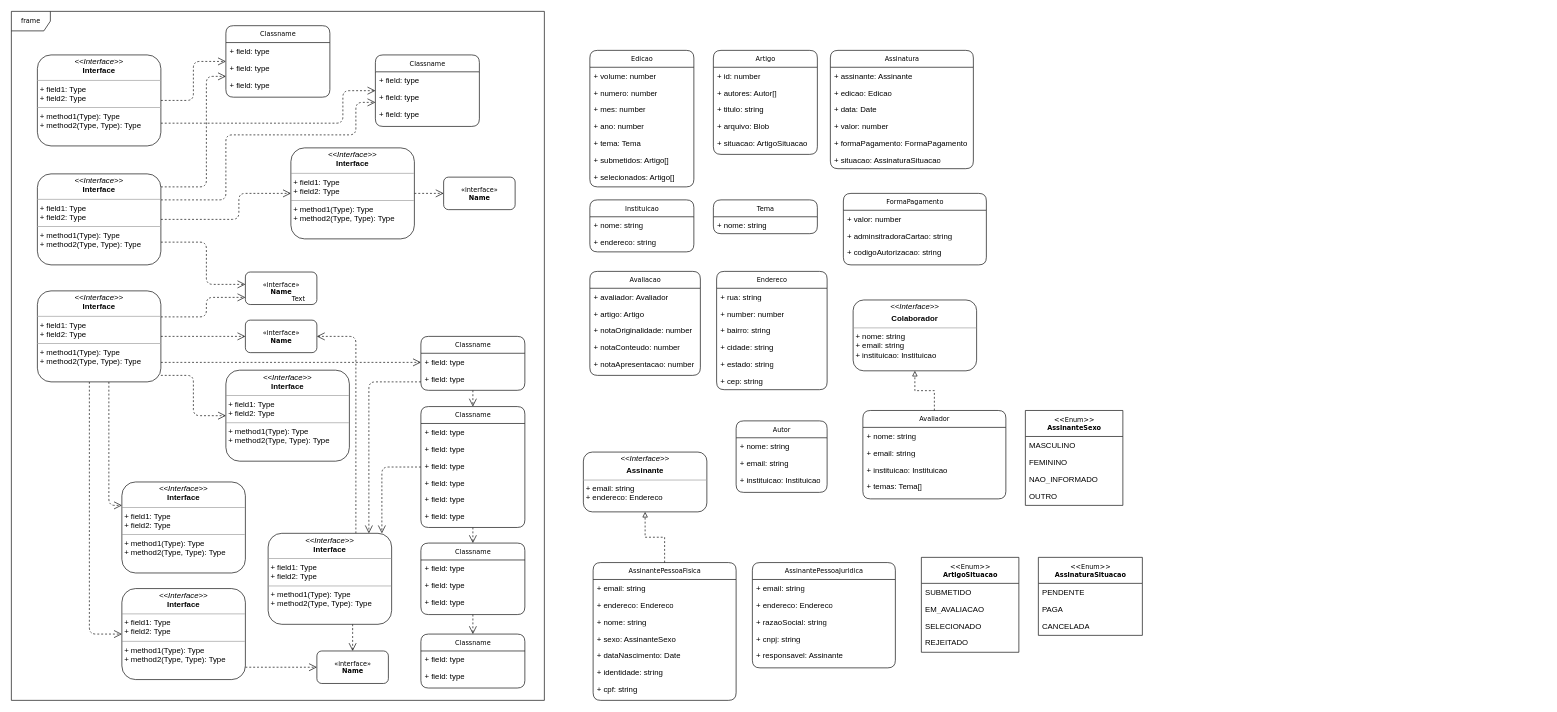
rtmonteiro/pi2 keeps this draw.io diagram as assets/diagram_classe.drawio. Above is the earlier version. Source tidied: cells renumbered, new cells numbered last; positions are measured from the earlier drawing's top-left corner, leaving out a move shared by most shapes. Both pictures are drawn from the tidied source at 65%, with x=0, y=0 at pixel (11, 11).
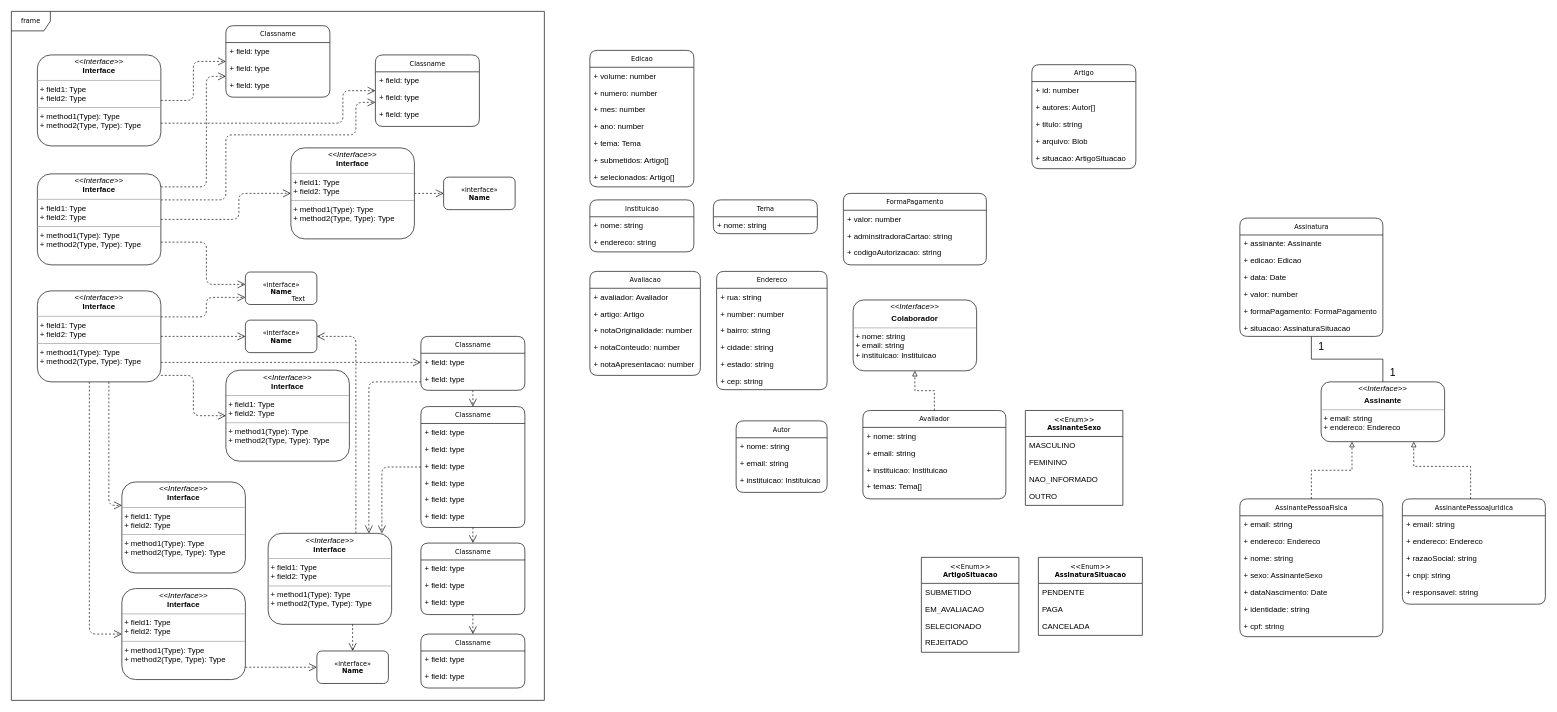
Above is the later version.

What changed in the source:
```diff
@@
     <mxCell id="70" value="Artigo" style="swimlane;html=1;fontStyle=0;horizontal=1;startSize=26;fillColor=none;swimlaneFillColor=#ffffff;rounded=1;shadow=0;comic=0;labelBackgroundColor=none;strokeWidth=1;fontFamily=Verdana;fontSize=10;align=center;" parent="1" vertex="1">
-      <mxGeometry x="1080" y="60" width="160" height="160" as="geometry" />
+      <mxGeometry x="1570" y="82" width="160" height="160" as="geometry" />
     </mxCell>
@@
+    <mxCell id="146" style="edgeStyle=orthogonalEdgeStyle;rounded=0;hachureGap=4;jettySize=auto;html=1;fontFamily=Architects Daughter;fontSize=16;endArrow=none;endFill=0;strokeColor=default;enumerate=0;comic=0;enumerateValue=111;startFill=0;" parent="1" edge="1" source="94" target="117">
+      <mxGeometry relative="1" as="geometry" />
+    </mxCell>
     <mxCell id="94" value="Assinatura" style="swimlane;html=1;fontStyle=0;horizontal=1;startSize=26;fillColor=none;swimlaneFillColor=#ffffff;rounded=1;shadow=0;comic=0;labelBackgroundColor=none;strokeWidth=1;fontFamily=Verdana;fontSize=10;align=center;" parent="1" vertex="1">
-      <mxGeometry x="1260" y="60" width="220" height="182" as="geometry" />
+      <mxGeometry x="1890" y="318" width="220" height="182" as="geometry" />
     </mxCell>
@@
-    <mxCell id="116" style="edgeStyle=orthogonalEdgeStyle;rounded=0;hachureGap=4;jettySize=auto;html=1;fontFamily=Architects Daughter;fontSize=16;dashed=1;endArrow=block;endFill=0;" parent="1" edge="1" source="118" target="117">
+    <mxCell id="116" style="edgeStyle=orthogonalEdgeStyle;rounded=0;hachureGap=4;jettySize=auto;html=1;fontFamily=Architects Daughter;fontSize=16;dashed=1;endArrow=block;endFill=0;entryX=0.25;entryY=1;entryDx=0;entryDy=0;" parent="1" edge="1" source="118" target="117">
       <mxGeometry relative="1" as="geometry" />
     </mxCell>
     <mxCell id="117" value="&lt;p style=&quot;margin:0px;margin-top:4px;text-align:center;&quot;&gt;&lt;i&gt;&amp;lt;&amp;lt;Interface&amp;gt;&amp;gt;&lt;/i&gt;&lt;/p&gt;&lt;p style=&quot;margin:0px;margin-top:4px;text-align:center;&quot;&gt;&lt;b&gt;Assinante&lt;/b&gt;&lt;br&gt;&lt;/p&gt;&lt;hr size=&quot;1&quot;&gt;&lt;p style=&quot;margin:0px;margin-left:4px;&quot;&gt;+ email: string&lt;/p&gt;&lt;p style=&quot;margin:0px;margin-left:4px;&quot;&gt;+ endereco: Endereco&lt;br&gt;&lt;/p&gt;" style="verticalAlign=top;align=left;overflow=fill;fontSize=12;fontFamily=Helvetica;html=1;rounded=1;shadow=0;comic=0;labelBackgroundColor=none;strokeWidth=1;hachureGap=4;" parent="1" vertex="1">
-      <mxGeometry x="880" y="678" width="190" height="92" as="geometry" />
+      <mxGeometry x="2015" y="570" width="190" height="92" as="geometry" />
     </mxCell>
     <mxCell id="118" value="AssinantePessoaFisica" style="swimlane;html=1;fontStyle=0;horizontal=1;startSize=26;fillColor=none;swimlaneFillColor=#ffffff;rounded=1;shadow=0;comic=0;labelBackgroundColor=none;strokeWidth=1;fontFamily=Verdana;fontSize=10;align=center;" parent="1" vertex="1">
-      <mxGeometry x="895" y="848" width="220" height="212" as="geometry" />
+      <mxGeometry x="1890" y="750" width="220" height="212" as="geometry" />
     </mxCell>
@@
     <mxCell id="126" value="AssinantePessoaJuridica" style="swimlane;html=1;fontStyle=0;horizontal=1;startSize=26;fillColor=none;swimlaneFillColor=#ffffff;rounded=1;shadow=0;comic=0;labelBackgroundColor=none;strokeWidth=1;fontFamily=Verdana;fontSize=10;align=center;" parent="1" vertex="1">
-      <mxGeometry x="1140" y="848" width="220" height="162" as="geometry" />
+      <mxGeometry x="2140" y="750" width="220" height="162" as="geometry" />
     </mxCell>
@@
-    <mxCell id="131" value="+ responsavel: Assinante" style="text;html=1;strokeColor=none;fillColor=none;align=left;verticalAlign=top;spacingLeft=4;spacingRight=4;whiteSpace=wrap;overflow=hidden;rounded=1;labelBackgroundColor=none;" parent="126" vertex="1">
+    <mxCell id="131" value="+ responsavel: string" style="text;html=1;strokeColor=none;fillColor=none;align=left;verticalAlign=top;spacingLeft=4;spacingRight=4;whiteSpace=wrap;overflow=hidden;rounded=1;labelBackgroundColor=none;" parent="126" vertex="1">
       <mxGeometry y="130" width="220" height="26" as="geometry" />
     </mxCell>
@@
+    <mxCell id="147" style="edgeStyle=orthogonalEdgeStyle;rounded=0;hachureGap=4;jettySize=auto;html=1;fontFamily=Architects Daughter;fontSize=16;dashed=1;endArrow=block;endFill=0;entryX=0.75;entryY=1;entryDx=0;entryDy=0;" parent="1" edge="1" source="126" target="117">
+      <mxGeometry relative="1" as="geometry">
+        <Array as="points">
+          <mxPoint x="2245" y="700" />
+          <mxPoint x="2158" y="700" />
+        </Array>
+      </mxGeometry>
+    </mxCell>
+    <mxCell id="148" value="1" style="text;html=1;align=center;verticalAlign=middle;strokeColor=none;fillColor=none;fontSize=16;fontFamily=Helvetica;fontColor=default;" parent="1" vertex="1">
+      <mxGeometry x="2000" y="500" width="30" height="30" as="geometry" />
+    </mxCell>
+    <mxCell id="149" value="1" style="text;html=1;align=center;verticalAlign=middle;strokeColor=none;fillColor=none;fontSize=16;fontFamily=Helvetica;fontColor=default;" parent="1" vertex="1">
+      <mxGeometry x="2110" y="540" width="30" height="30" as="geometry" />
+    </mxCell>
```
